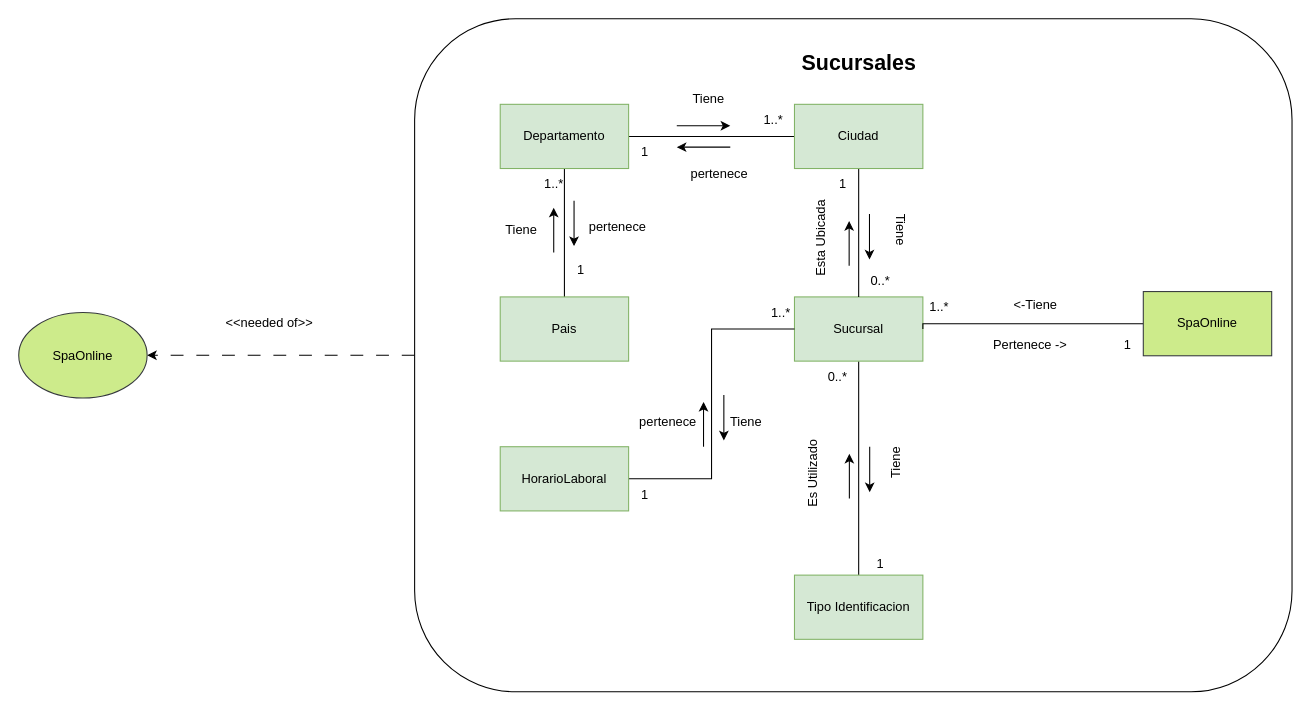
This is page "4.4 Sucursales-ModeloDominioAcotado" (7 of 12) of SpaOnline/ModeloDominioSpa.drawio from cristianospina/DOO, a draw.io file, before an edit. Source tidied: cells renumbered, new cells numbered last; positions are measured from the earlier drawing's top-left corner, leaving out a move shared by most shapes. Both pictures are drawn from the tidied source at 107%, with x=0, y=0 at pixel (18, 18).
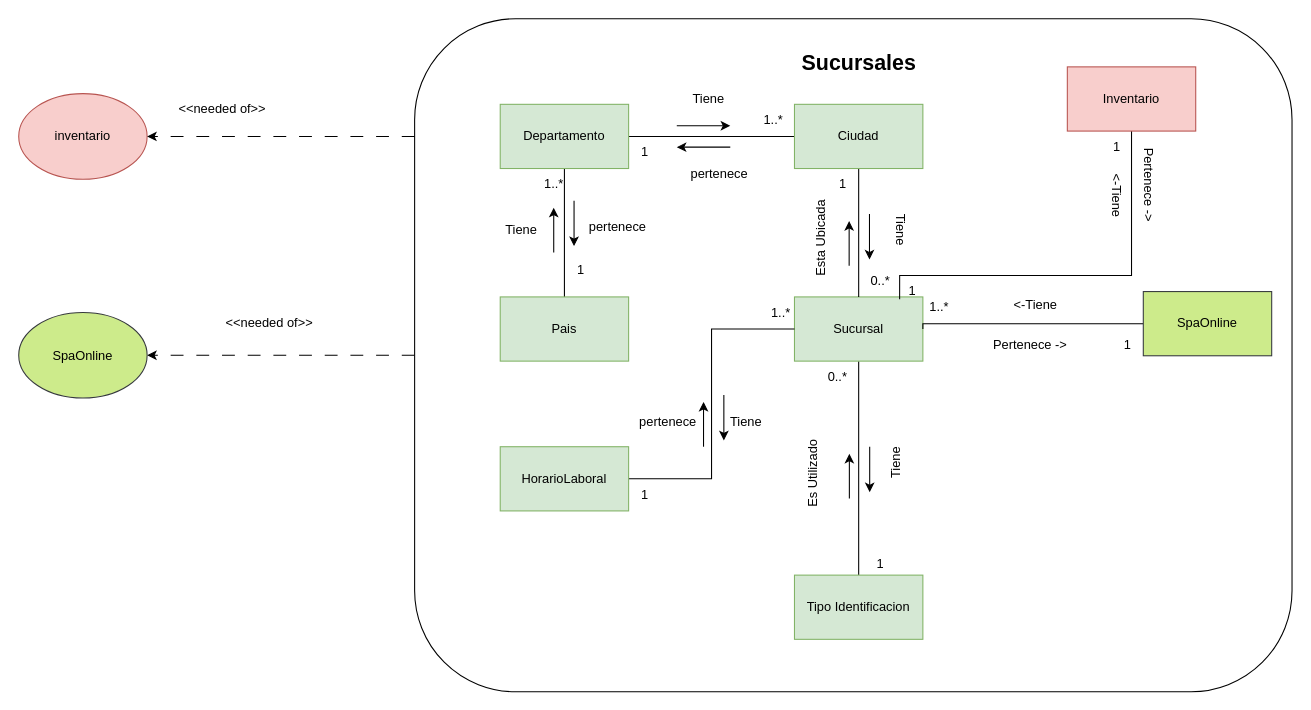
After the change.

Unchanged cells that the change refers to:
```xml
<mxCell id="5" value="Sucursal" style="rounded=0;whiteSpace=wrap;html=1;fillColor=#d5e8d4;strokeColor=#82b366;" parent="1" vertex="1">
  <mxGeometry x="725" y="260" width="120" height="60" as="geometry" />
</mxCell>
```

What changed in the source:
```diff
@@
+    <mxCell id="54" style="edgeStyle=orthogonalEdgeStyle;rounded=0;jettySize=auto;html=1;entryX=0.819;entryY=0.037;entryDx=0;entryDy=0;entryPerimeter=0;endArrow=none;endFill=0;" parent="1" edge="1" source="55" target="5">
+      <mxGeometry relative="1" as="geometry">
+        <Array as="points">
+          <mxPoint x="1040" y="240" />
+          <mxPoint x="823" y="240" />
+        </Array>
+      </mxGeometry>
+    </mxCell>
+    <mxCell id="55" value="Inventario" style="rounded=0;whiteSpace=wrap;html=1;fillColor=#f8cecc;strokeColor=#b85450;" parent="1" vertex="1">
+      <mxGeometry x="980" y="45" width="120" height="60" as="geometry" />
+    </mxCell>
+    <mxCell id="56" value="Pertenece -&amp;gt;" style="text;html=1;align=center;verticalAlign=middle;rotation=90;fillColor=none;" parent="1" vertex="1">
+      <mxGeometry x="1011" y="140" width="90" height="30" as="geometry" />
+    </mxCell>
+    <mxCell id="57" value="&amp;lt;-Tiene" style="text;html=1;align=center;verticalAlign=middle;rotation=90;fillColor=none;" parent="1" vertex="1">
+      <mxGeometry x="996" y="150" width="60" height="30" as="geometry" />
+    </mxCell>
+    <mxCell id="58" value="1" style="text;html=1;align=center;verticalAlign=middle;fillColor=none;" parent="1" vertex="1">
+      <mxGeometry x="820" y="240" width="30" height="30" as="geometry" />
+    </mxCell>
+    <mxCell id="59" value="1" style="text;html=1;align=center;verticalAlign=middle;fillColor=none;" parent="1" vertex="1">
+      <mxGeometry x="1011" y="105" width="30" height="30" as="geometry" />
+    </mxCell>
+    <mxCell id="60" value="inventario" style="ellipse;whiteSpace=wrap;html=1;fillColor=#f8cecc;strokeColor=#b85450;" parent="1" vertex="1">
+      <mxGeometry y="70" width="120" height="80" as="geometry" />
+    </mxCell>
+    <mxCell id="61" value="&amp;lt;&amp;lt;needed of&amp;gt;&amp;gt;" style="text;html=1;align=center;verticalAlign=middle;strokeColor=none;fillColor=none;" parent="1" vertex="1">
+      <mxGeometry x="140" y="70" width="100" height="30" as="geometry" />
+    </mxCell>
+    <mxCell id="62" style="edgeStyle=orthogonalEdgeStyle;rounded=0;orthogonalLoop=1;jettySize=auto;html=1;entryX=1;entryY=0.5;entryDx=0;entryDy=0;dashed=1;dashPattern=12 12;" parent="1" edge="1">
+      <mxGeometry relative="1" as="geometry">
+        <mxPoint x="370" y="110" as="sourcePoint" />
+        <mxPoint x="120" y="110" as="targetPoint" />
+        <Array as="points">
+          <mxPoint x="130" y="110" />
+        </Array>
+      </mxGeometry>
+    </mxCell>
```
